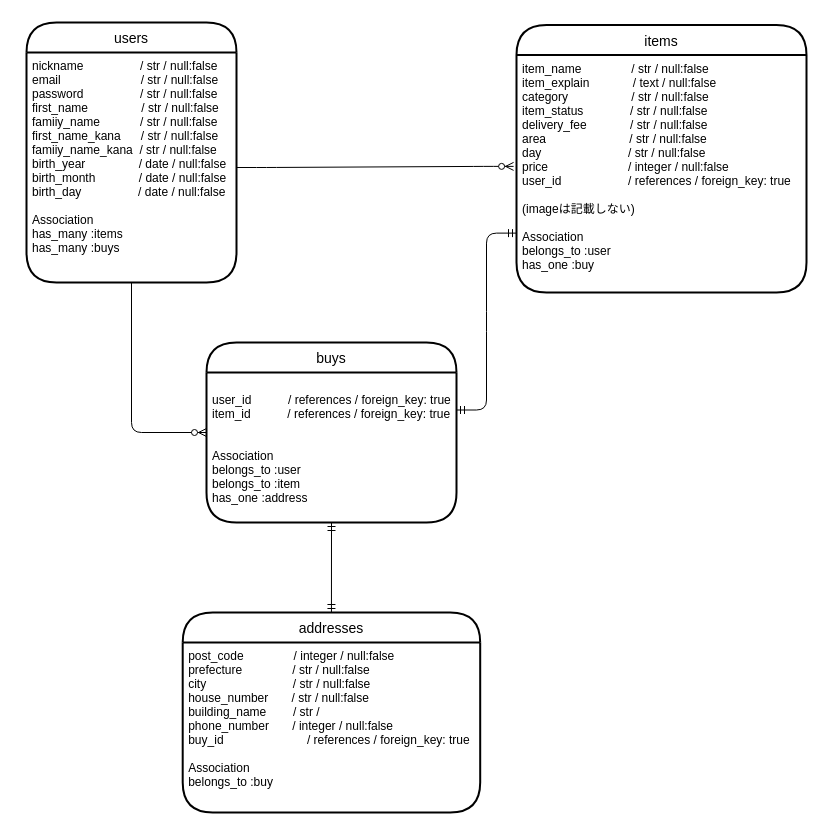
Above: furima.dio in Kobayashi-T01/furima-31077 (draw.io), before the change. Source tidied: cells renumbered, new cells numbered last; positions are measured from the earlier drawing's top-left corner, leaving out a move shared by most shapes. Both pictures are drawn from the tidied source at 100%, with x=0, y=0 at pixel (26, 22).
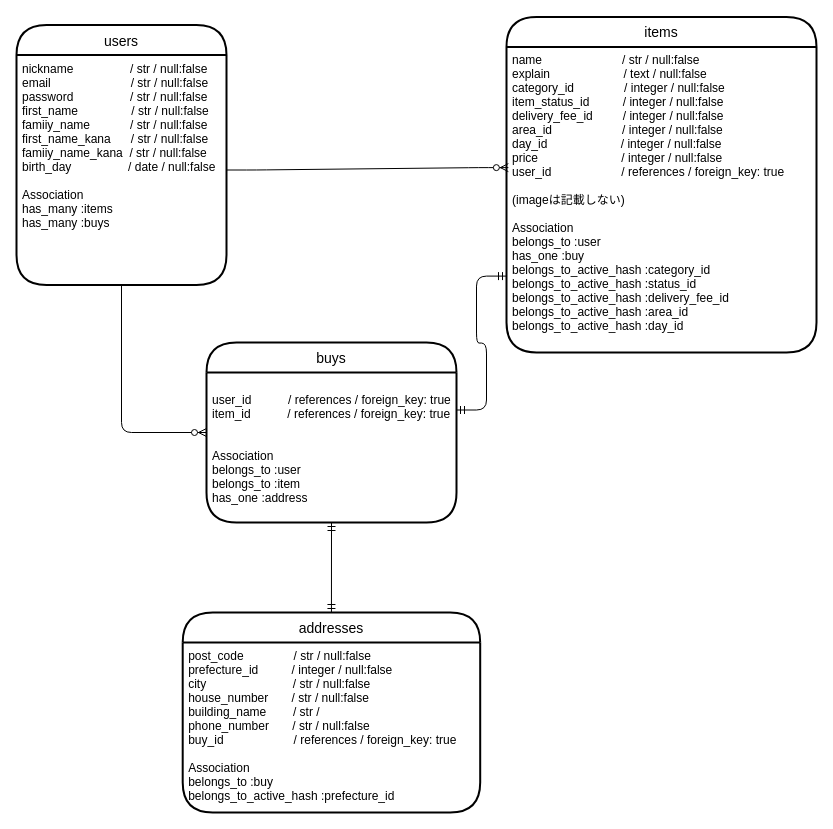
After the change.

Commit message (it also covers changes not shown here):
データベース設計　修正

Change to the diagram source:
```diff
@@
 <mxGraphModel>
   <root>
     <mxCell id="0" />
     <mxCell id="1" parent="0" />
-    <mxCell id="2" style="edgeStyle=entityRelationEdgeStyle;fontSize=12;html=1;endArrow=ERzeroToMany;endFill=1;strokeWidth=1;exitX=1;exitY=0.5;exitDx=0;exitDy=0;entryX=-0.01;entryY=0.469;entryDx=0;entryDy=0;entryPerimeter=0;" parent="1" edge="1" source="14" target="9">
+    <mxCell id="2" style="edgeStyle=entityRelationEdgeStyle;fontSize=12;html=1;endArrow=ERzeroToMany;endFill=1;strokeWidth=1;exitX=1;exitY=0.5;exitDx=0;exitDy=0;entryX=0.006;entryY=0.395;entryDx=0;entryDy=0;entryPerimeter=0;" parent="1" edge="1" source="14" target="9">
       <mxGeometry relative="1" as="geometry" />
     </mxCell>
     <mxCell id="3" style="fontSize=12;html=1;endArrow=ERmandOne;startArrow=ERmandOne;strokeWidth=1;entryX=0.5;entryY=0;entryDx=0;entryDy=0;exitX=0.5;exitY=1;exitDx=0;exitDy=0;" parent="1" edge="1" source="7" target="10">
       <mxGeometry relative="1" as="geometry" />
     </mxCell>
     <mxCell id="4" style="edgeStyle=orthogonalEdgeStyle;fontSize=12;html=1;endArrow=ERzeroToMany;endFill=1;strokeWidth=1;exitX=0.5;exitY=1;exitDx=0;exitDy=0;entryX=0;entryY=0.5;entryDx=0;entryDy=0;" parent="1" edge="1" source="14" target="6">
       <mxGeometry relative="1" as="geometry" />
     </mxCell>
     <mxCell id="5" style="edgeStyle=entityRelationEdgeStyle;fontSize=12;html=1;endArrow=ERmandOne;startArrow=ERmandOne;strokeWidth=1;exitX=1;exitY=0.25;exitDx=0;exitDy=0;entryX=0;entryY=0.75;entryDx=0;entryDy=0;" parent="1" edge="1" source="7" target="9">
       <mxGeometry relative="1" as="geometry" />
     </mxCell>
     <mxCell id="6" value="buys" style="swimlane;horizontal=1;startSize=30;rounded=1;fontSize=14;fontStyle=0;strokeWidth=2;shadow=0;dashed=0;align=center;arcSize=50;" parent="1" vertex="1">
       <mxGeometry x="180" y="320" width="250" height="180" as="geometry" />
     </mxCell>
     <mxCell id="7" value="&#10;user_id           / references / foreign_key: true&#10;item_id           / references / foreign_key: true&#10;&#10;&#10;Association&#10;belongs_to :user&#10;belongs_to :item&#10;has_one :address&#10;" style="align=left;strokeColor=none;fillColor=none;spacingLeft=4;fontSize=12;verticalAlign=top;" parent="6" vertex="1">
       <mxGeometry y="30" width="250" height="150" as="geometry" />
     </mxCell>
-    <mxCell id="8" value="items" style="swimlane;horizontal=1;startSize=30;rounded=1;fontSize=14;fontStyle=0;strokeWidth=2;shadow=0;dashed=0;align=center;arcSize=50;" parent="1" vertex="1">
-      <mxGeometry x="490" y="2.5" width="290" height="267.5" as="geometry" />
-    </mxCell>
-    <mxCell id="9" value="item_name               / str / null:false&#10;item_explain             / text / null:false&#10;category                   / str / null:false&#10;item_status              / str / null:false&#10;delivery_fee             / str / null:false&#10;area                         / str / null:false&#10;day                          / str / null:false&#10;price                        / integer / null:false&#10;user_id                    / references / foreign_key: true&#10;&#10;(imageは記載しない)&#10;&#10;Association&#10;belongs_to :user&#10;has_one :buy&#10;" style="align=left;strokeColor=none;fillColor=none;spacingLeft=4;fontSize=12;verticalAlign=top;" parent="8" vertex="1">
-      <mxGeometry y="30" width="290" height="237.5" as="geometry" />
-    </mxCell>
     <mxCell id="10" value="addresses" style="swimlane;horizontal=1;startSize=30;rounded=1;fontSize=14;fontStyle=0;strokeWidth=2;shadow=0;dashed=0;align=center;arcSize=50;" parent="1" vertex="1">
       <mxGeometry x="156.2" y="590" width="297.5" height="200" as="geometry" />
     </mxCell>
-    <mxCell id="11" value="post_code               / integer / null:false&#10;prefecture               / str / null:false&#10;city                          / str / null:false&#10;house_number       / str / null:false&#10;building_name        / str / &#10;phone_number       / integer / null:false&#10;buy_id                         / references / foreign_key: true&#10;&#10;Association&#10;belongs_to :buy" style="align=left;strokeColor=none;fillColor=none;spacingLeft=4;fontSize=12;verticalAlign=top;" parent="10" vertex="1">
+    <mxCell id="11" value="post_code               / str / null:false&#10;prefecture_id          / integer / null:false&#10;city                          / str / null:false&#10;house_number       / str / null:false&#10;building_name        / str / &#10;phone_number       / str / null:false&#10;buy_id                     / references / foreign_key: true&#10;&#10;Association&#10;belongs_to :buy&#10;belongs_to_active_hash :prefecture_id" style="align=left;strokeColor=none;fillColor=none;spacingLeft=4;fontSize=12;verticalAlign=top;" parent="10" vertex="1">
       <mxGeometry y="30" width="297.5" height="170" as="geometry" />
     </mxCell>
     <mxCell id="12" style="edgeStyle=elbowEdgeStyle;rounded=0;jumpSize=15;orthogonalLoop=1;jettySize=auto;html=1;exitX=0.5;exitY=1;exitDx=0;exitDy=0;strokeWidth=1;" parent="10" edge="1" source="11" target="11">
       <mxGeometry relative="1" as="geometry" />
     </mxCell>
     <mxCell id="13" value="users" style="swimlane;horizontal=1;startSize=30;rounded=1;fontSize=14;fontStyle=0;strokeWidth=2;shadow=0;dashed=0;align=center;arcSize=50;" parent="1" vertex="1">
-      <mxGeometry width="210" height="260" as="geometry" />
+      <mxGeometry x="-10" y="2.5" width="210" height="260" as="geometry" />
     </mxCell>
-    <mxCell id="14" value="nickname                 / str / null:false&#10;email                        / str / null:false&#10;password                 / str / null:false&#10;first_name                / str / null:false&#10;famiiy_name            / str / null:false&#10;first_name_kana      / str / null:false&#10;famiiy_name_kana  / str / null:false&#10;birth_year                / date / null:false&#10;birth_month             / date / null:false&#10;birth_day                 / date / null:false&#10;&#10;Association&#10;has_many :items&#10;has_many :buys&#10;" style="align=left;strokeColor=none;fillColor=none;spacingLeft=4;fontSize=12;verticalAlign=top;" parent="13" vertex="1">
+    <mxCell id="14" value="nickname                 / str / null:false&#10;email                        / str / null:false&#10;password                 / str / null:false&#10;first_name                / str / null:false&#10;famiiy_name            / str / null:false&#10;first_name_kana      / str / null:false&#10;famiiy_name_kana  / str / null:false&#10;birth_day                 / date / null:false&#10;&#10;Association&#10;has_many :items&#10;has_many :buys&#10;" style="align=left;strokeColor=none;fillColor=none;spacingLeft=4;fontSize=12;verticalAlign=top;" parent="13" vertex="1">
       <mxGeometry y="30" width="210" height="230" as="geometry" />
     </mxCell>
+    <mxCell id="8" value="items" style="swimlane;horizontal=1;startSize=30;rounded=1;fontSize=14;fontStyle=0;strokeWidth=2;shadow=0;dashed=0;align=center;arcSize=50;" parent="1" vertex="1">
+      <mxGeometry x="480" y="-5.6" width="310" height="335.6" as="geometry" />
+    </mxCell>
+    <mxCell id="9" value="name                        / str / null:false&#10;explain                      / text / null:false&#10;category_id               / integer / null:false&#10;item_status_id          / integer / null:false&#10;delivery_fee_id         / integer / null:false&#10;area_id                     / integer / null:false&#10;day_id                      / integer / null:false&#10;price                         / integer / null:false&#10;user_id                     / references / foreign_key: true&#10;&#10;(imageは記載しない)&#10;&#10;Association&#10;belongs_to :user&#10;has_one :buy&#10;belongs_to_active_hash :category_id&#10;belongs_to_active_hash :status_id&#10;belongs_to_active_hash :delivery_fee_id&#10;belongs_to_active_hash :area_id&#10;belongs_to_active_hash :day_id" style="align=left;strokeColor=none;fillColor=none;spacingLeft=4;fontSize=12;verticalAlign=top;" parent="8" vertex="1">
+      <mxGeometry y="30" width="310" height="305.6" as="geometry" />
+    </mxCell>
   </root>
 </mxGraphModel>
```
